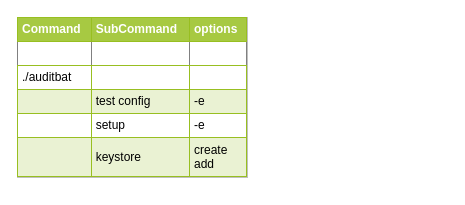
This is page "Commandline options" (2 of 5) of My Articles/elastic stack/Audit Beat Understanding.drawio from paramothers/books, a draw.io file, before an edit. Source tidied: cells renumbered, new cells numbered last; positions are measured from the earlier drawing's top-left corner, leaving out a move shared by most shapes. Both pictures are drawn from the tidied source at 100%, with x=0, y=0 at pixel (17, 17).
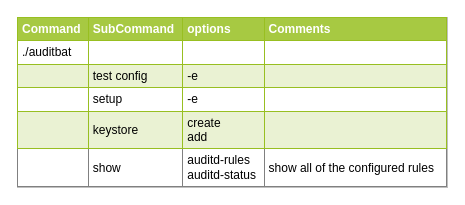
After the change.

Diff of the diagram source:
```diff
@@
 <mxGraphModel>
   <root>
     <mxCell id="0" />
     <mxCell id="1" parent="0" />
-    <mxCell id="2" value="&lt;table border=&quot;1&quot; width=&quot;100%&quot; cellpadding=&quot;4&quot; style=&quot;width: 100% ; height: 100% ; border-collapse: collapse&quot;&gt;&lt;tbody&gt;&lt;tr style=&quot;background-color: #a7c942 ; color: #ffffff ; border: 1px solid #98bf21&quot;&gt;&lt;th align=&quot;left&quot;&gt;Command&lt;/th&gt;&lt;th align=&quot;left&quot;&gt;SubCommand&lt;/th&gt;&lt;th align=&quot;left&quot;&gt;options&lt;/th&gt;&lt;/tr&gt;&lt;tr&gt;&lt;td&gt;&lt;br&gt;&lt;/td&gt;&lt;td&gt;&lt;br&gt;&lt;/td&gt;&lt;td&gt;&lt;br&gt;&lt;/td&gt;&lt;/tr&gt;&lt;tr style=&quot;border: 1px solid #98bf21&quot;&gt;&lt;td&gt;./auditbat&lt;/td&gt;&lt;td&gt;&lt;br&gt;&lt;/td&gt;&lt;td&gt;&lt;br&gt;&lt;/td&gt;&lt;/tr&gt;&lt;tr style=&quot;background-color: #eaf2d3 ; border: 1px solid #98bf21&quot;&gt;&lt;td&gt;&lt;br&gt;&lt;/td&gt;&lt;td&gt;test config&lt;/td&gt;&lt;td&gt;-e&lt;/td&gt;&lt;/tr&gt;&lt;tr style=&quot;border: 1px solid #98bf21&quot;&gt;&lt;td&gt;&lt;br&gt;&lt;/td&gt;&lt;td&gt;setup&lt;/td&gt;&lt;td&gt;-e&lt;/td&gt;&lt;/tr&gt;&lt;tr style=&quot;background-color: #eaf2d3 ; border: 1px solid #98bf21&quot;&gt;&lt;td&gt;&lt;br&gt;&lt;/td&gt;&lt;td&gt;keystore&lt;/td&gt;&lt;td&gt;create&lt;br&gt;add&lt;/td&gt;&lt;/tr&gt;&lt;/tbody&gt;&lt;/table&gt;" style="text;html=1;strokeColor=#c0c0c0;fillColor=#ffffff;overflow=fill;rounded=0;" parent="1" vertex="1">
-      <mxGeometry width="230" height="160" as="geometry" />
+    <mxCell id="2" value="&lt;table border=&quot;1&quot; width=&quot;100%&quot; cellpadding=&quot;4&quot; style=&quot;width: 100% ; height: 100% ; border-collapse: collapse&quot;&gt;&lt;tbody&gt;&lt;tr style=&quot;background-color: #a7c942 ; color: #ffffff ; border: 1px solid #98bf21&quot;&gt;&lt;th align=&quot;left&quot;&gt;Command&lt;/th&gt;&lt;th align=&quot;left&quot;&gt;SubCommand&lt;/th&gt;&lt;th align=&quot;left&quot;&gt;options&lt;/th&gt;&lt;td&gt;&lt;b&gt;Comments&lt;/b&gt;&lt;/td&gt;&lt;/tr&gt;&lt;tr style=&quot;border: 1px solid #98bf21&quot;&gt;&lt;td&gt;./auditbat&lt;/td&gt;&lt;td&gt;&lt;br&gt;&lt;/td&gt;&lt;td&gt;&lt;br&gt;&lt;/td&gt;&lt;td&gt;&lt;br&gt;&lt;/td&gt;&lt;/tr&gt;&lt;tr style=&quot;background-color: #eaf2d3 ; border: 1px solid #98bf21&quot;&gt;&lt;td&gt;&lt;br&gt;&lt;/td&gt;&lt;td&gt;test config&lt;/td&gt;&lt;td&gt;-e&lt;/td&gt;&lt;td&gt;&lt;br&gt;&lt;/td&gt;&lt;/tr&gt;&lt;tr style=&quot;border: 1px solid #98bf21&quot;&gt;&lt;td&gt;&lt;br&gt;&lt;/td&gt;&lt;td&gt;setup&lt;/td&gt;&lt;td&gt;-e&lt;/td&gt;&lt;td&gt;&lt;br&gt;&lt;/td&gt;&lt;/tr&gt;&lt;tr style=&quot;background-color: #eaf2d3 ; border: 1px solid #98bf21&quot;&gt;&lt;td&gt;&lt;br&gt;&lt;/td&gt;&lt;td&gt;keystore&lt;/td&gt;&lt;td&gt;create&lt;br&gt;add&lt;/td&gt;&lt;td&gt;&lt;br&gt;&lt;/td&gt;&lt;/tr&gt;&lt;tr&gt;&lt;td&gt;&lt;br&gt;&lt;/td&gt;&lt;td&gt;show&lt;/td&gt;&lt;td&gt;auditd-rules&lt;br&gt;auditd-status&lt;/td&gt;&lt;td&gt;show all of the configured rules&lt;/td&gt;&lt;/tr&gt;&lt;/tbody&gt;&lt;/table&gt;" style="text;html=1;strokeColor=#c0c0c0;fillColor=#ffffff;overflow=fill;rounded=0;" parent="1" vertex="1">
+      <mxGeometry width="430" height="170" as="geometry" />
     </mxCell>
   </root>
 </mxGraphModel>
```
